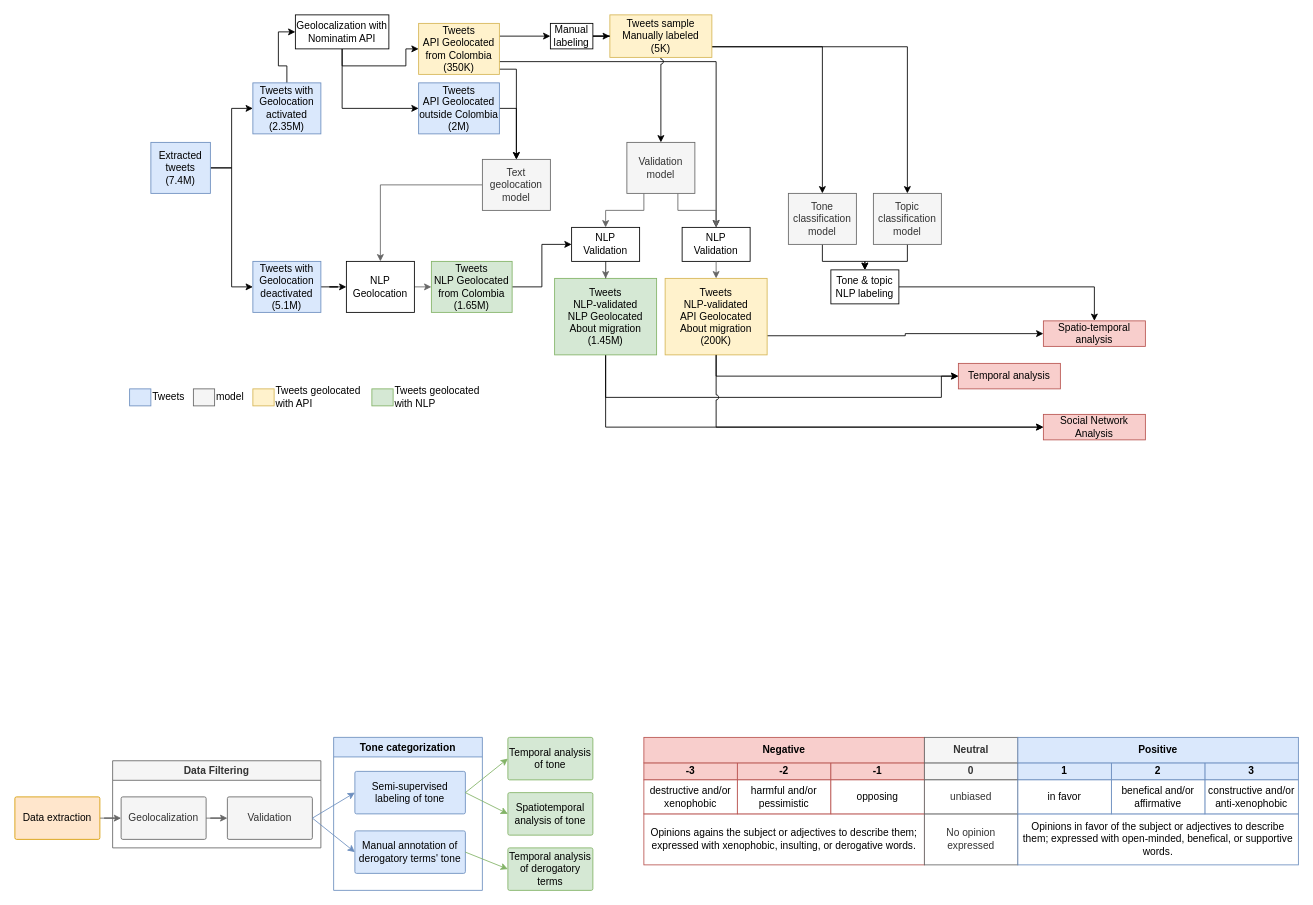
ODU-Storymodelers/twitter_analysis_col keeps this draw.io diagram as docs/methodology.drawio. Above is the earlier version. Source tidied: cells renumbered, new cells numbered last; positions are measured from the earlier drawing's top-left corner, leaving out a move shared by most shapes. Both pictures are drawn from the tidied source at 85%, with x=0, y=0 at pixel (14, 14).
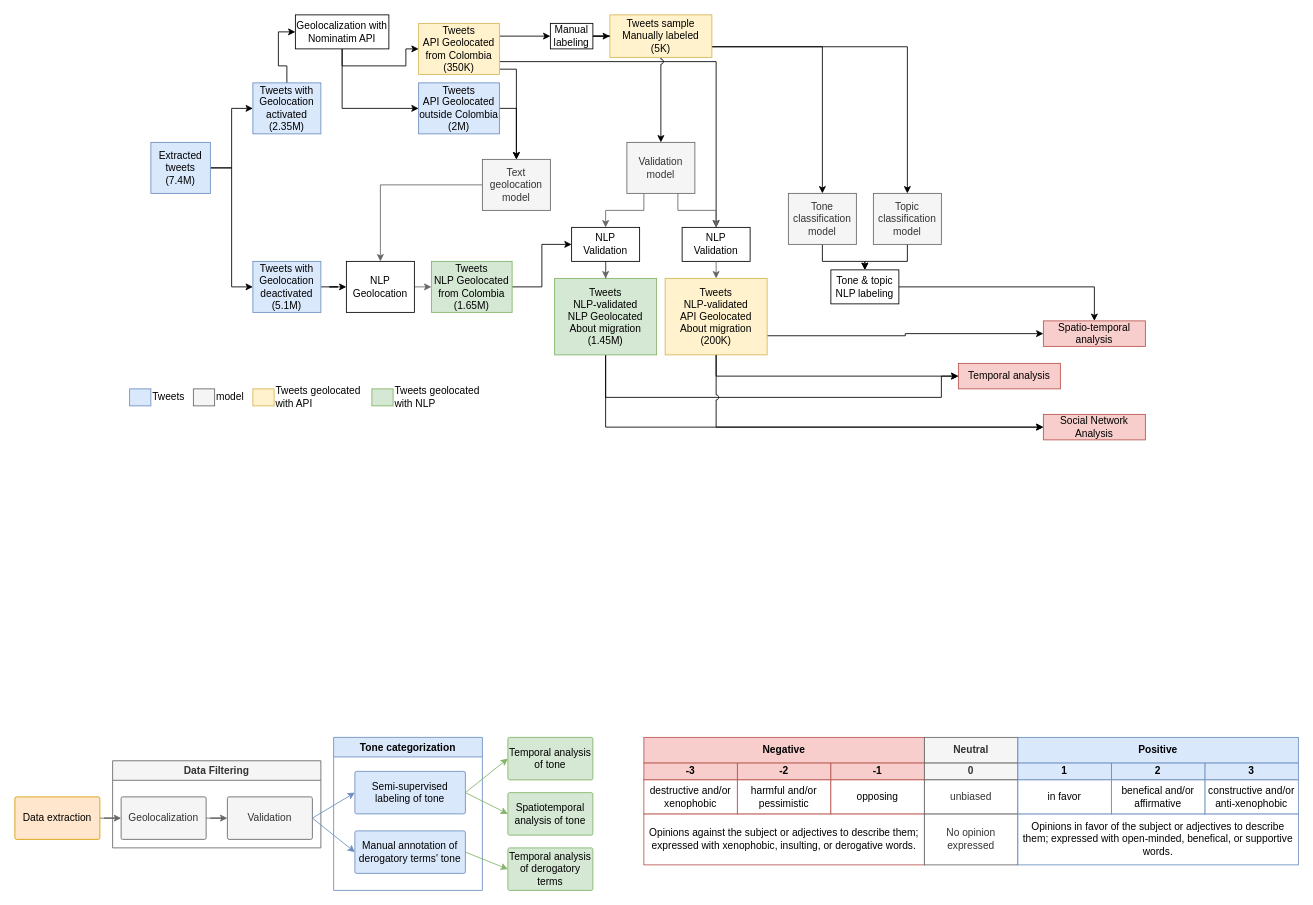
Above is the later version.

What changed in the source:
```diff
@@
-    <mxCell id="85" value="&lt;span style=&quot;background-color: transparent; color: light-dark(rgb(0, 0, 0), rgb(255, 255, 255));&quot;&gt;Opinions agains the subject or adjectives to describe them; expressed with xenophobic, insulting, or derogative words.&lt;/span&gt;" style="rounded=0;whiteSpace=wrap;html=1;align=center;fillColor=#FFFFFF;strokeColor=#b85450;" parent="1" vertex="1">
+    <mxCell id="85" value="&lt;span style=&quot;background-color: transparent; color: light-dark(rgb(0, 0, 0), rgb(255, 255, 255));&quot;&gt;Opinions against the subject or adjectives to describe them; expressed with xenophobic, insulting, or derogative words.&lt;/span&gt;" style="rounded=0;whiteSpace=wrap;html=1;align=center;fillColor=#FFFFFF;strokeColor=#b85450;" parent="1" vertex="1">
       <mxGeometry x="740" y="940" width="330" height="60" as="geometry" />
     </mxCell>
```
